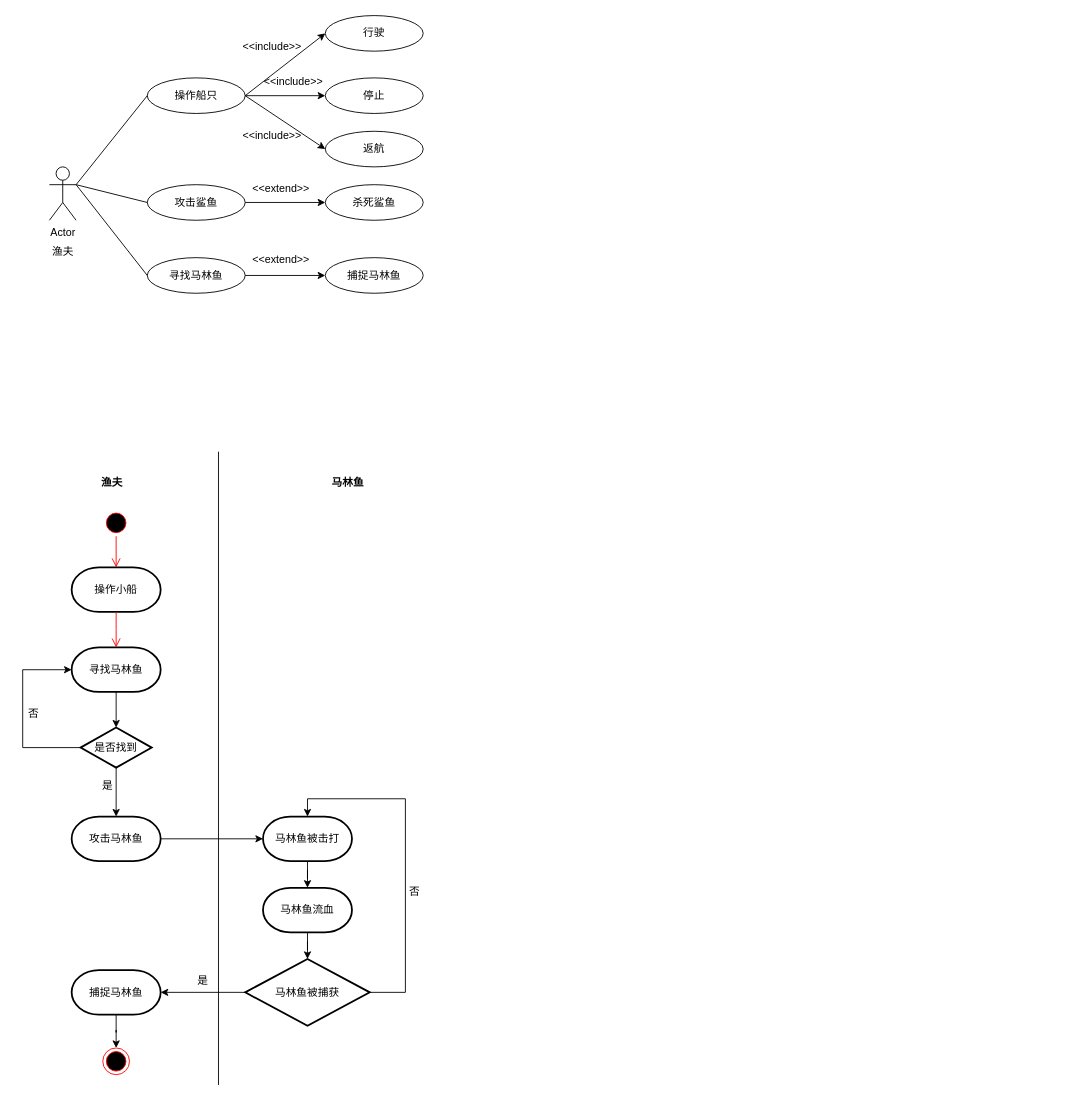
This is 12306.drawio from Bright-Hsu/learn, a draw.io file, before an edit. Source tidied: cells renumbered, new cells numbered last; positions are measured from the earlier drawing's top-left corner, leaving out a move shared by most shapes. Both pictures are drawn from the tidied source at 89%, with x=0, y=0 at pixel (15, 15).
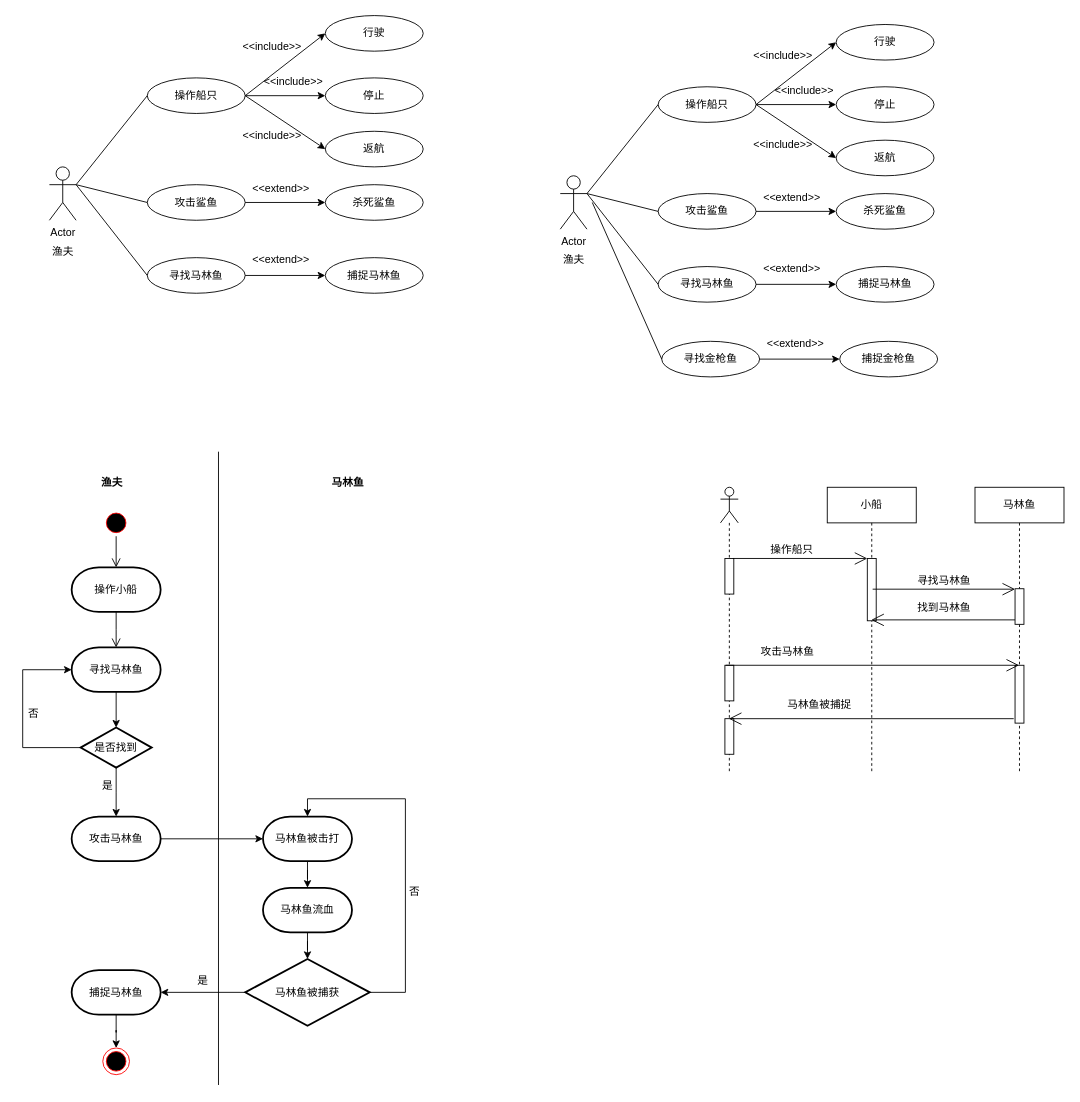
Above is the later version.

Unchanged cells that the change refers to:
```xml
<mxCell id="27" style="ellipse;html=1;shape=startState;fillColor=#000000;strokeColor=#ff0000;" parent="1" vertex="1">
  <mxGeometry x="98" y="555" width="30" height="30" as="geometry" />
</mxCell>
<mxCell id="29" value="操作小船" style="strokeWidth=2;html=1;shape=mxgraph.flowchart.terminator;whiteSpace=wrap;" parent="1" vertex="1">
  <mxGeometry x="63" y="620" width="100" height="50" as="geometry" />
</mxCell>
<mxCell id="31" value="寻找马林鱼" style="strokeWidth=2;html=1;shape=mxgraph.flowchart.terminator;whiteSpace=wrap;" parent="1" vertex="1">
  <mxGeometry x="63" y="710" width="100" height="50" as="geometry" />
</mxCell>
```

Change to the diagram source:
```diff
@@
-    <mxCell id="28" style="edgeStyle=orthogonalEdgeStyle;html=1;verticalAlign=bottom;endArrow=open;endSize=8;strokeColor=#ff0000;rounded=0;entryX=0.5;entryY=0;entryDx=0;entryDy=0;entryPerimeter=0;" parent="1" edge="1" source="27" target="29">
+    <mxCell id="28" style="edgeStyle=orthogonalEdgeStyle;html=1;verticalAlign=bottom;endArrow=open;endSize=8;strokeColor=#000000;rounded=0;entryX=0.5;entryY=0;entryDx=0;entryDy=0;entryPerimeter=0;" parent="1" edge="1" source="27" target="29">
       <mxGeometry relative="1" as="geometry" />
     </mxCell>
@@
-    <mxCell id="32" style="edgeStyle=orthogonalEdgeStyle;html=1;verticalAlign=bottom;endArrow=open;endSize=8;strokeColor=#ff0000;rounded=0;entryX=0.5;entryY=0;entryDx=0;entryDy=0;entryPerimeter=0;exitX=0.5;exitY=1;exitDx=0;exitDy=0;exitPerimeter=0;" parent="1" edge="1" source="29" target="31">
+    <mxCell id="32" style="edgeStyle=orthogonalEdgeStyle;html=1;verticalAlign=bottom;endArrow=open;endSize=8;strokeColor=#000000;rounded=0;entryX=0.5;entryY=0;entryDx=0;entryDy=0;entryPerimeter=0;exitX=0.5;exitY=1;exitDx=0;exitDy=0;exitPerimeter=0;" parent="1" edge="1" source="29" target="31">
       <mxGeometry relative="1" as="geometry">
         <Array as="points">
           <mxPoint x="113" y="690" />
           <mxPoint x="113" y="690" />
         </Array>
       </mxGeometry>
     </mxCell>
@@
+    <mxCell id="53" value="操作船只" style="ellipse;whiteSpace=wrap;html=1;" parent="1" vertex="1">
+      <mxGeometry x="722" y="80" width="110" height="40" as="geometry" />
+    </mxCell>
+    <mxCell id="54" value="Actor" style="shape=umlActor;verticalLabelPosition=bottom;verticalAlign=top;html=1;" parent="1" vertex="1">
+      <mxGeometry x="612" y="180" width="30" height="60" as="geometry" />
+    </mxCell>
+    <mxCell id="55" value="渔夫" style="text;html=1;align=center;verticalAlign=middle;strokeColor=none;fillColor=none;" parent="1" vertex="1">
+      <mxGeometry x="602" y="260" width="50" height="30" as="geometry" />
+    </mxCell>
+    <mxCell id="56" style="endArrow=none;html=1;rounded=0;entryX=0;entryY=0.5;entryDx=0;entryDy=0;" parent="1" edge="1" target="53">
+      <mxGeometry relative="1" as="geometry">
+        <mxPoint x="642" y="200" as="sourcePoint" />
+      </mxGeometry>
+    </mxCell>
+    <mxCell id="57" value="攻击鲨鱼" style="ellipse;whiteSpace=wrap;html=1;" parent="1" vertex="1">
+      <mxGeometry x="722" y="200" width="110" height="40" as="geometry" />
+    </mxCell>
+    <mxCell id="58" style="endArrow=none;html=1;rounded=0;entryX=0;entryY=0.5;entryDx=0;entryDy=0;exitX=1;exitY=0.3333333333333333;exitDx=0;exitDy=0;exitPerimeter=0;" parent="1" edge="1" source="54" target="57">
+      <mxGeometry relative="1" as="geometry" />
+    </mxCell>
+    <mxCell id="59" value="寻找马林鱼" style="ellipse;whiteSpace=wrap;html=1;" parent="1" vertex="1">
+      <mxGeometry x="722" y="282" width="110" height="40" as="geometry" />
+    </mxCell>
+    <mxCell id="60" style="endArrow=none;html=1;rounded=0;entryX=0;entryY=0.5;entryDx=0;entryDy=0;" parent="1" edge="1" target="59">
+      <mxGeometry relative="1" as="geometry">
+        <mxPoint x="642" y="200" as="sourcePoint" />
+      </mxGeometry>
+    </mxCell>
+    <mxCell id="61" value="行驶" style="ellipse;whiteSpace=wrap;html=1;" parent="1" vertex="1">
+      <mxGeometry x="922" y="10" width="110" height="40" as="geometry" />
+    </mxCell>
+    <mxCell id="62" value="停止" style="ellipse;whiteSpace=wrap;html=1;" parent="1" vertex="1">
+      <mxGeometry x="922" y="80" width="110" height="40" as="geometry" />
+    </mxCell>
+    <mxCell id="63" value="返航" style="ellipse;whiteSpace=wrap;html=1;" parent="1" vertex="1">
+      <mxGeometry x="922" y="140" width="110" height="40" as="geometry" />
+    </mxCell>
+    <mxCell id="64" style="endArrow=classic;html=1;rounded=0;entryX=0;entryY=0.5;entryDx=0;entryDy=0;exitX=1;exitY=0.5;exitDx=0;exitDy=0;" parent="1" edge="1" source="53" target="61">
+      <mxGeometry relative="1" as="geometry" />
+    </mxCell>
+    <mxCell id="65" style="endArrow=classic;html=1;rounded=0;entryX=0;entryY=0.5;entryDx=0;entryDy=0;exitX=1;exitY=0.5;exitDx=0;exitDy=0;" parent="1" edge="1" source="53" target="62">
+      <mxGeometry relative="1" as="geometry" />
+    </mxCell>
+    <mxCell id="66" style="endArrow=classic;html=1;rounded=0;entryX=0;entryY=0.5;entryDx=0;entryDy=0;exitX=1;exitY=0.5;exitDx=0;exitDy=0;" parent="1" edge="1" source="53" target="63">
+      <mxGeometry relative="1" as="geometry" />
+    </mxCell>
+    <mxCell id="67" value="杀死鲨鱼" style="ellipse;whiteSpace=wrap;html=1;" parent="1" vertex="1">
+      <mxGeometry x="922" y="200" width="110" height="40" as="geometry" />
+    </mxCell>
+    <mxCell id="68" style="endArrow=classic;html=1;rounded=0;entryX=0;entryY=0.5;entryDx=0;entryDy=0;exitX=1;exitY=0.5;exitDx=0;exitDy=0;" parent="1" edge="1" source="57" target="67">
+      <mxGeometry relative="1" as="geometry" />
+    </mxCell>
+    <mxCell id="69" value="捕捉马林鱼" style="ellipse;whiteSpace=wrap;html=1;" parent="1" vertex="1">
+      <mxGeometry x="922" y="282" width="110" height="40" as="geometry" />
+    </mxCell>
+    <mxCell id="70" style="endArrow=classic;html=1;rounded=0;entryX=0;entryY=0.5;entryDx=0;entryDy=0;exitX=1;exitY=0.5;exitDx=0;exitDy=0;" parent="1" edge="1" source="59" target="69">
+      <mxGeometry relative="1" as="geometry" />
+    </mxCell>
+    <mxCell id="71" value="&amp;lt;&amp;lt;include&amp;gt;&amp;gt;" style="text;html=1;align=center;verticalAlign=middle;strokeColor=none;fillColor=none;" parent="1" vertex="1">
+      <mxGeometry x="812" y="30" width="100" height="30" as="geometry" />
+    </mxCell>
+    <mxCell id="72" value="&amp;lt;&amp;lt;include&amp;gt;&amp;gt;" style="text;html=1;align=center;verticalAlign=middle;strokeColor=none;fillColor=none;" parent="1" vertex="1">
+      <mxGeometry x="836" y="70" width="100" height="30" as="geometry" />
+    </mxCell>
+    <mxCell id="73" value="&amp;lt;&amp;lt;include&amp;gt;&amp;gt;" style="text;html=1;align=center;verticalAlign=middle;strokeColor=none;fillColor=none;" parent="1" vertex="1">
+      <mxGeometry x="812" y="130" width="100" height="30" as="geometry" />
+    </mxCell>
+    <mxCell id="74" value="&amp;lt;&amp;lt;extend&amp;gt;&amp;gt;" style="text;html=1;align=center;verticalAlign=middle;strokeColor=none;fillColor=none;" parent="1" vertex="1">
+      <mxGeometry x="822" y="270" width="100" height="30" as="geometry" />
+    </mxCell>
+    <mxCell id="75" value="&amp;lt;&amp;lt;extend&amp;gt;&amp;gt;" style="text;html=1;align=center;verticalAlign=middle;strokeColor=none;fillColor=none;" parent="1" vertex="1">
+      <mxGeometry x="822" y="190" width="100" height="30" as="geometry" />
+    </mxCell>
+    <mxCell id="76" value="寻找金枪鱼" style="ellipse;whiteSpace=wrap;html=1;" parent="1" vertex="1">
+      <mxGeometry x="726" y="366" width="110" height="40" as="geometry" />
+    </mxCell>
+    <mxCell id="77" value="捕捉金枪鱼" style="ellipse;whiteSpace=wrap;html=1;" parent="1" vertex="1">
+      <mxGeometry x="926" y="366" width="110" height="40" as="geometry" />
+    </mxCell>
+    <mxCell id="78" style="endArrow=classic;html=1;rounded=0;entryX=0;entryY=0.5;entryDx=0;entryDy=0;exitX=1;exitY=0.5;exitDx=0;exitDy=0;" parent="1" edge="1" source="76" target="77">
+      <mxGeometry relative="1" as="geometry" />
+    </mxCell>
+    <mxCell id="79" value="&amp;lt;&amp;lt;extend&amp;gt;&amp;gt;" style="text;html=1;align=center;verticalAlign=middle;strokeColor=none;fillColor=none;" parent="1" vertex="1">
+      <mxGeometry x="826" y="354" width="100" height="30" as="geometry" />
+    </mxCell>
+    <mxCell id="80" style="endArrow=none;html=1;rounded=0;entryX=0;entryY=0.5;entryDx=0;entryDy=0;" parent="1" edge="1" target="76">
+      <mxGeometry relative="1" as="geometry">
+        <mxPoint x="648" y="210" as="sourcePoint" />
+      </mxGeometry>
+    </mxCell>
+    <mxCell id="81" style="shape=umlLifeline;perimeter=lifelinePerimeter;whiteSpace=wrap;html=1;outlineConnect=0;portConstraint=eastwest;newEdgeStyle={&quot;curved&quot;:0,&quot;rounded&quot;:0};participant=umlActor;" parent="1" vertex="1">
+      <mxGeometry x="792" y="530" width="20" height="320" as="geometry" />
+    </mxCell>
+    <mxCell id="82" style="html=1;perimeter=orthogonalPerimeter;targetShapes=umlLifeline;newEdgeStyle={&quot;curved&quot;:0,&quot;rounded&quot;:0};" parent="81" vertex="1">
+      <mxGeometry x="5" y="80" width="10" height="40" as="geometry" />
+    </mxCell>
+    <mxCell id="83" style="html=1;perimeter=orthogonalPerimeter;targetShapes=umlLifeline;newEdgeStyle={&quot;curved&quot;:0,&quot;rounded&quot;:0};" parent="81" vertex="1">
+      <mxGeometry x="5" y="200" width="10" height="40" as="geometry" />
+    </mxCell>
+    <mxCell id="84" style="html=1;perimeter=orthogonalPerimeter;targetShapes=umlLifeline;newEdgeStyle={&quot;curved&quot;:0,&quot;rounded&quot;:0};" parent="81" vertex="1">
+      <mxGeometry x="5" y="260" width="10" height="40" as="geometry" />
+    </mxCell>
+    <mxCell id="85" value="小船" style="shape=umlLifeline;perimeter=lifelinePerimeter;whiteSpace=wrap;html=1;outlineConnect=0;portConstraint=eastwest;newEdgeStyle={&quot;curved&quot;:0,&quot;rounded&quot;:0};" parent="1" vertex="1">
+      <mxGeometry x="912" y="530" width="100" height="320" as="geometry" />
+    </mxCell>
+    <mxCell id="86" style="html=1;points=[[0,0,0,0,5],[0,1,0,0,-5],[1,0,0,0,5],[1,1,0,0,-5]];perimeter=orthogonalPerimeter;outlineConnect=0;targetShapes=umlLifeline;portConstraint=eastwest;newEdgeStyle={&quot;curved&quot;:0,&quot;rounded&quot;:0};" parent="85" vertex="1">
+      <mxGeometry x="45" y="80" width="10" height="70" as="geometry" />
+    </mxCell>
+    <mxCell id="87" value="马林鱼" style="shape=umlLifeline;perimeter=lifelinePerimeter;whiteSpace=wrap;html=1;outlineConnect=0;portConstraint=eastwest;newEdgeStyle={&quot;curved&quot;:0,&quot;rounded&quot;:0};" parent="1" vertex="1">
+      <mxGeometry x="1078" y="530" width="100" height="320" as="geometry" />
+    </mxCell>
+    <mxCell id="88" style="html=1;points=[[0,0,0,0,5],[0,1,0,0,-5],[1,0,0,0,5],[1,1,0,0,-5]];perimeter=orthogonalPerimeter;outlineConnect=0;targetShapes=umlLifeline;portConstraint=eastwest;newEdgeStyle={&quot;curved&quot;:0,&quot;rounded&quot;:0};" parent="87" vertex="1">
+      <mxGeometry x="45" y="114" width="10" height="40" as="geometry" />
+    </mxCell>
+    <mxCell id="89" style="html=1;perimeter=orthogonalPerimeter;targetShapes=umlLifeline;newEdgeStyle={&quot;curved&quot;:0,&quot;rounded&quot;:0};" parent="87" vertex="1">
+      <mxGeometry x="45" y="200" width="10" height="65" as="geometry" />
+    </mxCell>
+    <mxCell id="90" style="endArrow=open;endFill=1;endSize=12;html=1;rounded=0;" parent="1" edge="1" source="86">
+      <mxGeometry relative="1" as="geometry">
+        <mxPoint x="966" y="610" as="targetPoint" />
+      </mxGeometry>
+    </mxCell>
+    <mxCell id="91" style="endArrow=open;endFill=1;endSize=12;html=1;rounded=0;" parent="1" edge="1" target="86">
+      <mxGeometry relative="1" as="geometry">
+        <mxPoint x="806" y="610" as="sourcePoint" />
+      </mxGeometry>
+    </mxCell>
+    <mxCell id="92" value="操作船只" style="text;html=1;align=center;verticalAlign=middle;strokeColor=none;fillColor=none;" parent="1" vertex="1">
+      <mxGeometry x="832" y="585" width="80" height="30" as="geometry" />
+    </mxCell>
+    <mxCell id="93" style="endArrow=open;endFill=1;endSize=12;html=1;rounded=0;" parent="1" edge="1">
+      <mxGeometry relative="1" as="geometry">
+        <mxPoint x="963" y="644.5" as="sourcePoint" />
+        <mxPoint x="1123" y="644.5" as="targetPoint" />
+      </mxGeometry>
+    </mxCell>
+    <mxCell id="94" value="寻找马林鱼" style="text;html=1;align=center;verticalAlign=middle;strokeColor=none;fillColor=none;" parent="1" vertex="1">
+      <mxGeometry x="998" y="620" width="90" height="30" as="geometry" />
+    </mxCell>
+    <mxCell id="95" style="endArrow=open;endFill=1;endSize=12;html=1;rounded=0;exitX=0;exitY=1;exitDx=0;exitDy=-5;exitPerimeter=0;" parent="1" edge="1" source="88" target="85">
+      <mxGeometry relative="1" as="geometry" />
+    </mxCell>
+    <mxCell id="96" value="找到马林鱼" style="text;html=1;align=center;verticalAlign=middle;strokeColor=none;fillColor=none;" parent="1" vertex="1">
+      <mxGeometry x="998" y="650" width="90" height="30" as="geometry" />
+    </mxCell>
+    <mxCell id="97" style="endArrow=open;endFill=1;endSize=12;html=1;rounded=0;" parent="1" edge="1" target="87">
+      <mxGeometry relative="1" as="geometry">
+        <mxPoint x="798" y="730" as="sourcePoint" />
+      </mxGeometry>
+    </mxCell>
+    <mxCell id="98" value="攻击马林鱼" style="text;html=1;align=center;verticalAlign=middle;strokeColor=none;fillColor=none;" parent="1" vertex="1">
+      <mxGeometry x="822" y="700" width="90" height="30" as="geometry" />
+    </mxCell>
+    <mxCell id="99" style="endArrow=open;endFill=1;endSize=12;html=1;rounded=0;" parent="1" edge="1" target="81">
+      <mxGeometry relative="1" as="geometry">
+        <mxPoint x="1121.5" y="790" as="sourcePoint" />
+      </mxGeometry>
+    </mxCell>
+    <mxCell id="100" value="马林鱼被捕捉" style="text;html=1;align=center;verticalAlign=middle;strokeColor=none;fillColor=none;" parent="1" vertex="1">
+      <mxGeometry x="848" y="760" width="110" height="30" as="geometry" />
+    </mxCell>
```
